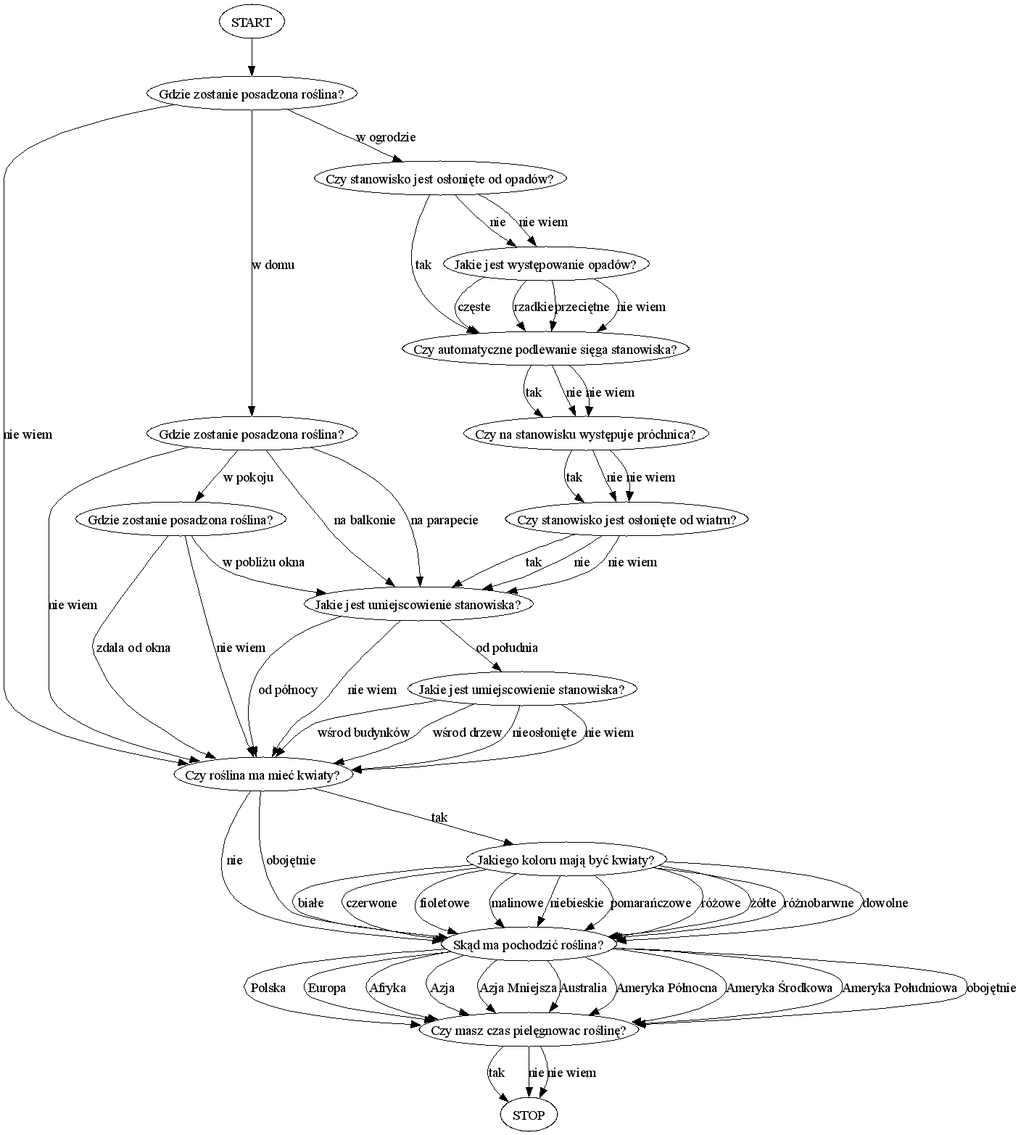
TripleEmcoder/Archive keeps this Graphviz diagram as si/gardener/res/gardener/questions.png. Above is the earlier version. Its source is kept beside it as si/gardener/res/gardener/questions.dot.
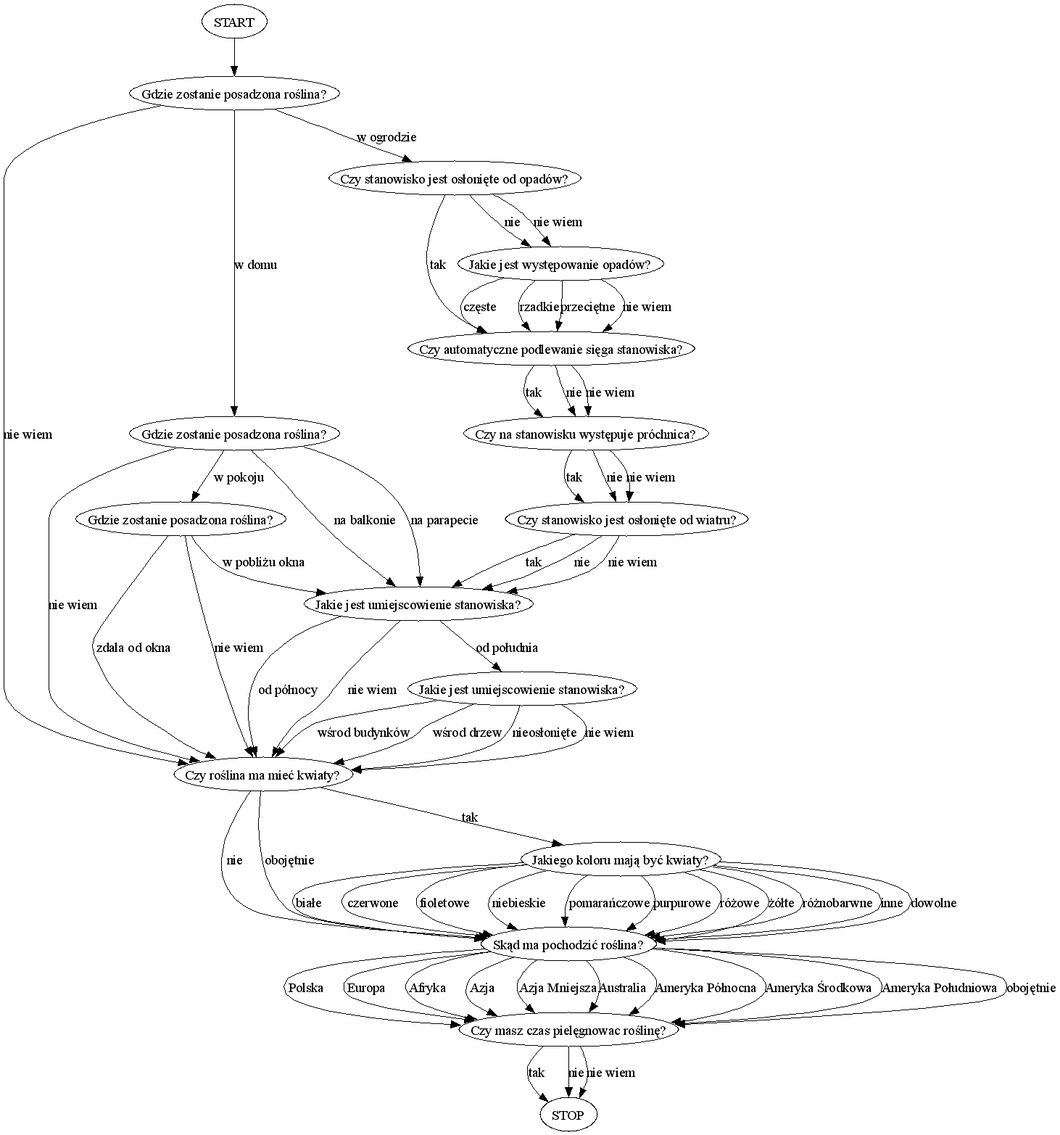
The same file after the commit.

The edit, as a diff of the source:
```diff
@@ -58,12 +58,13 @@
 	kwiaty2         -> pochodzenie     [ label = "białe"          ];
 	kwiaty2         -> pochodzenie     [ label = "czerwone"       ];
 	kwiaty2         -> pochodzenie     [ label = "fioletowe"      ];
-	kwiaty2         -> pochodzenie     [ label = "malinowe"       ];
 	kwiaty2         -> pochodzenie     [ label = "niebieskie"     ];
 	kwiaty2         -> pochodzenie     [ label = "pomarańczowe"   ];
+	kwiaty2         -> pochodzenie     [ label = "purpurowe"   ];
 	kwiaty2         -> pochodzenie     [ label = "różowe"         ];
 	kwiaty2         -> pochodzenie     [ label = "żółte"          ];
 	kwiaty2         -> pochodzenie     [ label = "różnobarwne"    ];
+	kwiaty2         -> pochodzenie     [ label = "inne"           ];
 	kwiaty2         -> pochodzenie     [ label = "dowolne"        ];
 	pochodzenie     -> pielęgnacja     [ label = "Polska"         ];
 	pochodzenie     -> pielęgnacja     [ label = "Europa"         ];
```
